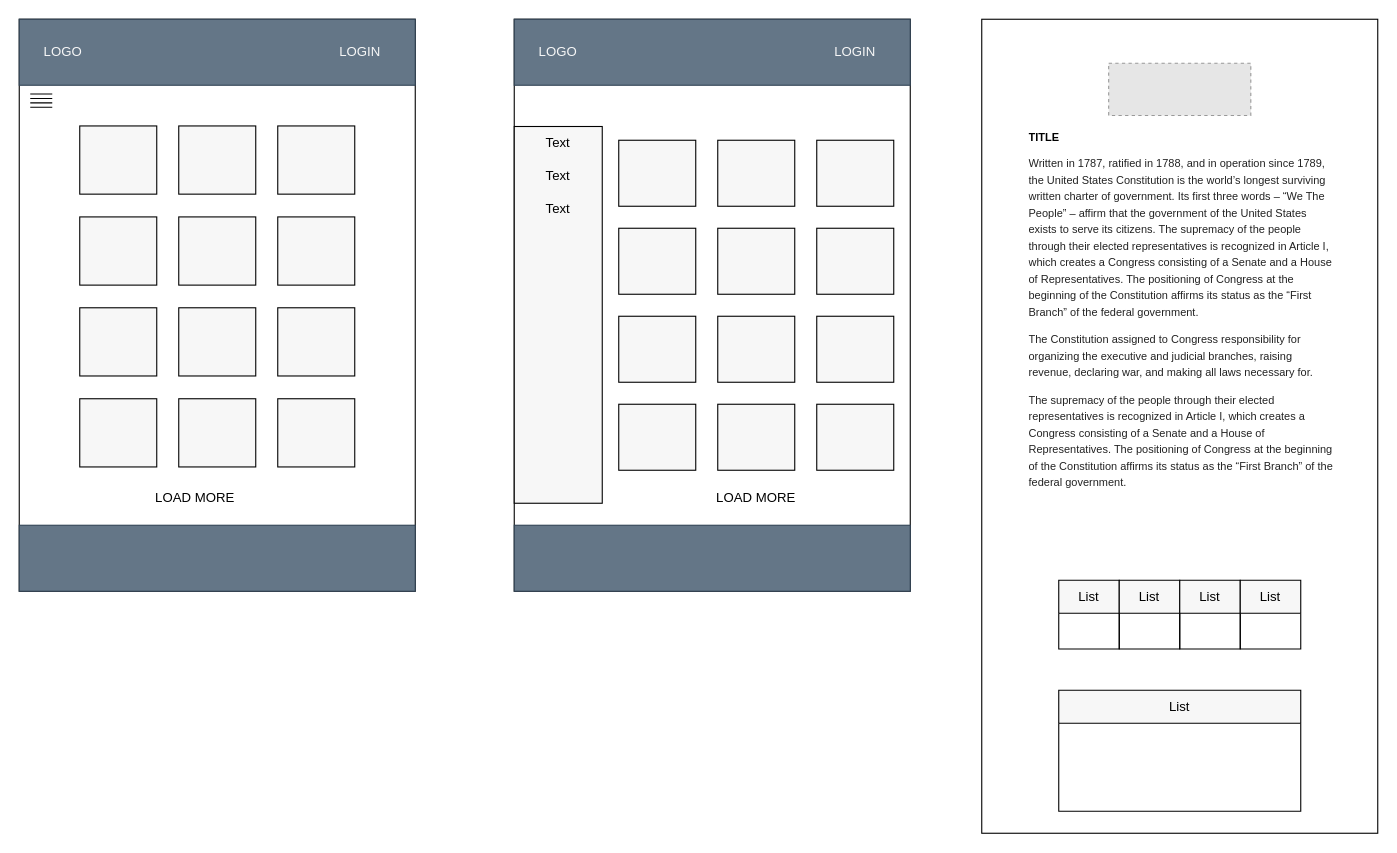
Earlier version of the draw.io diagram Untitled Diagram.drawio (aab500/Note-taker). Source tidied: cells renumbered, new cells numbered last; positions are measured from the earlier drawing's top-left corner, leaving out a move shared by most shapes. Both pictures are drawn from the tidied source at 110%, with x=0, y=0 at pixel (19, 19). Pictures stored in the file or linked from it are replaced by grey dashed boxes.
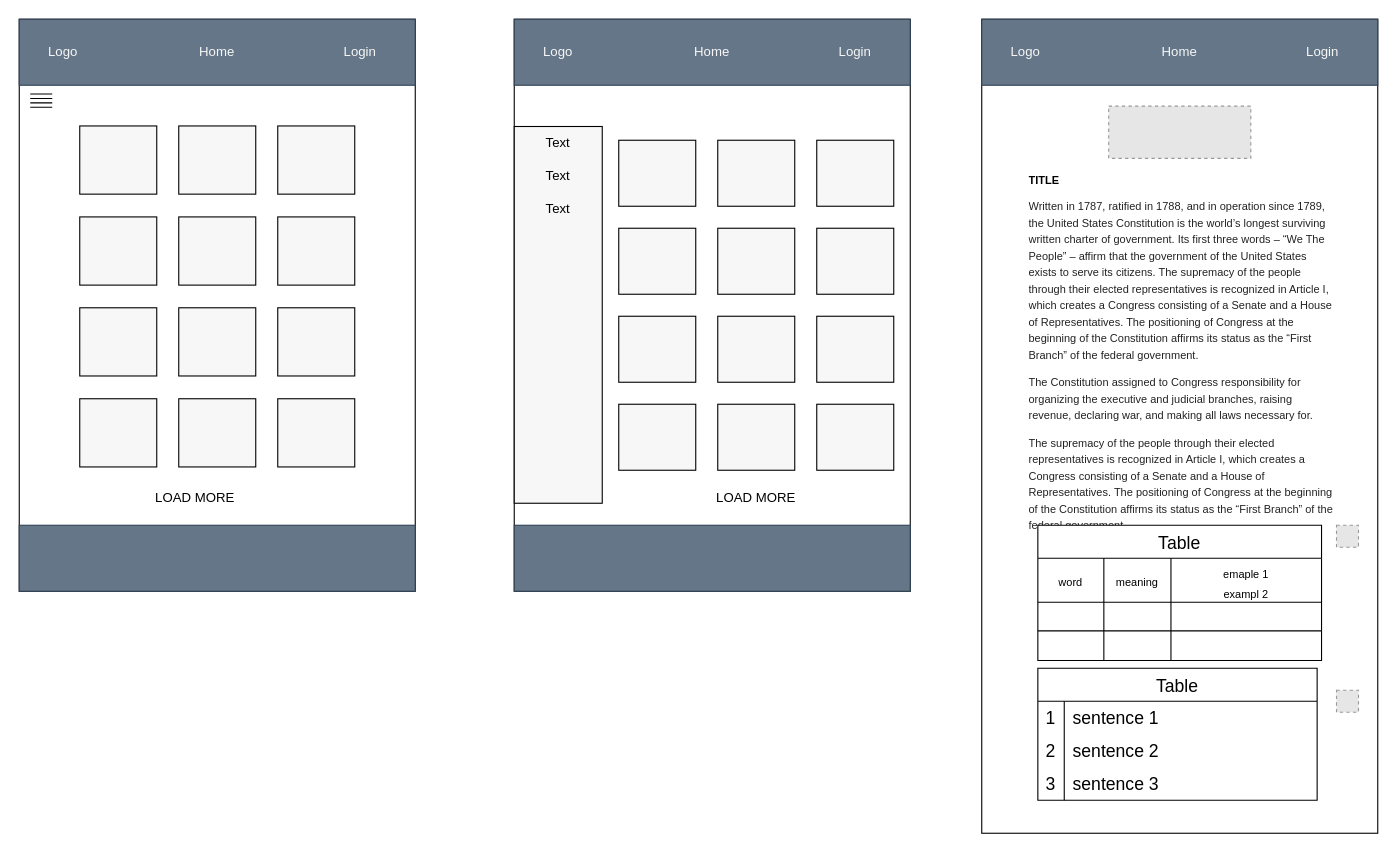
After the change.

Diff of the diagram source:
```diff
@@
-    <mxCell id="9" style="group;" parent="1" vertex="1">
-      <mxGeometry x="945" y="510" width="220" height="130" as="geometry" />
-    </mxCell>
-    <mxCell id="10" style="group;" parent="9" vertex="1">
-      <mxGeometry width="220" height="130" as="geometry" />
-    </mxCell>
-    <mxCell id="11" value="List" style="swimlane;fontStyle=0;horizontal=1;startSize=30;whiteSpace=wrap;html=1;fillColor=#F7F7F7;" parent="10" vertex="1">
-      <mxGeometry width="55" height="62.5" as="geometry" />
-    </mxCell>
-    <mxCell id="12" value="List" style="swimlane;fontStyle=0;horizontal=1;startSize=30;whiteSpace=wrap;html=1;fillColor=#F7F7F7;" parent="10" vertex="1">
-      <mxGeometry x="55" width="55" height="62.5" as="geometry" />
-    </mxCell>
-    <mxCell id="13" value="List" style="swimlane;fontStyle=0;horizontal=1;startSize=30;whiteSpace=wrap;html=1;fillColor=#F7F7F7;" parent="10" vertex="1">
-      <mxGeometry x="110" width="55" height="62.5" as="geometry" />
-    </mxCell>
-    <mxCell id="14" value="List" style="swimlane;fontStyle=0;horizontal=1;startSize=30;whiteSpace=wrap;html=1;fillColor=#F7F7F7;" parent="10" vertex="1">
-      <mxGeometry x="165" width="55" height="62.5" as="geometry" />
-    </mxCell>
     <mxCell id="15" value="&lt;h1 style=&quot;font-size: 10px;&quot;&gt;&lt;font style=&quot;font-size: 10px;&quot;&gt;TITLE&lt;/font&gt;&lt;/h1&gt;&lt;p style=&quot;font-family: &amp;quot;Source Sans Pro&amp;quot;, sans-serif; line-height: 1.5em; color: rgb(34, 34, 34); background-color: rgb(255, 255, 255); font-size: 10px;&quot;&gt;&lt;font style=&quot;font-size: 10px;&quot;&gt;Written in 1787, ratified in 1788, and in operation since 1789, the United States Constitution is the world’s longest surviving written charter of government. Its first three words – “We The People” – affirm that the government of the United States exists to serve its citizens. The supremacy of the people through their elected representatives is recognized in Article I, which creates a Congress consisting of a Senate and a House of Representatives. The positioning of Congress at the beginning of the Constitution affirms its status as the “First Branch” of the federal government.&lt;/font&gt;&lt;/p&gt;&lt;p style=&quot;font-family: &amp;quot;Source Sans Pro&amp;quot;, sans-serif; line-height: 1.5em; color: rgb(34, 34, 34); background-color: rgb(255, 255, 255); font-size: 10px;&quot;&gt;&lt;font style=&quot;font-size: 10px;&quot;&gt;The Constitution assigned to Congress responsibility for organizing the executive and judicial branches, raising revenue, declaring war, and making all laws necessary for.&lt;/font&gt;&lt;/p&gt;&lt;p style=&quot;font-family: &amp;quot;Source Sans Pro&amp;quot;, sans-serif; line-height: 1.5em; color: rgb(34, 34, 34); background-color: rgb(255, 255, 255); font-size: 10px;&quot;&gt;&lt;font style=&quot;font-size: 10px;&quot;&gt;The supremacy of the people through their elected representatives is recognized in Article I, which creates a Congress consisting of a Senate and a House of Representatives. The positioning of Congress at the beginning of the Constitution affirms its status as the “First Branch” of the federal government.&lt;br&gt;&lt;/font&gt;&lt;/p&gt;&lt;p style=&quot;font-family: &amp;quot;Source Sans Pro&amp;quot;, sans-serif; line-height: 1.5em; color: rgb(34, 34, 34); background-color: rgb(255, 255, 255); font-size: 10px;&quot;&gt;&lt;br&gt;&lt;/p&gt;" style="text;html=1;strokeColor=none;fillColor=none;spacing=5;spacingTop=-20;whiteSpace=wrap;overflow=hidden;rounded=0;" parent="1" vertex="1">
-      <mxGeometry x="912.5" y="105" width="285" height="405" as="geometry" />
+      <mxGeometry x="912.5" y="144" width="285" height="326" as="geometry" />
     </mxCell>
-    <mxCell id="16" value="List" style="swimlane;fontStyle=0;horizontal=1;startSize=30;whiteSpace=wrap;html=1;fillColor=#F7F7F7;" parent="1" vertex="1">
-      <mxGeometry x="945" y="610" width="220" height="110" as="geometry" />
-    </mxCell>
@@
-    <mxCell id="36" style="rounded=0;whiteSpace=wrap;html=1;fontSize=12;fillColor=#647687;fontColor=#ffffff;strokeColor=#314354;" parent="1" vertex="1">
-      <mxGeometry x="450" width="360" height="60" as="geometry" />
-    </mxCell>
-    <mxCell id="37" value="LOGIN" style="text;html=1;strokeColor=none;fillColor=none;align=center;verticalAlign=middle;whiteSpace=wrap;rounded=0;fontColor=#F7F7F7;" parent="1" vertex="1">
-      <mxGeometry x="730" y="15" width="60" height="30" as="geometry" />
-    </mxCell>
-    <mxCell id="38" value="LOGO" style="text;html=1;strokeColor=none;fillColor=none;align=center;verticalAlign=middle;whiteSpace=wrap;rounded=0;fontColor=#F7F7F7;" parent="1" vertex="1">
-      <mxGeometry x="460" y="15" width="60" height="30" as="geometry" />
-    </mxCell>
@@
-    <mxCell id="60" style="rounded=0;whiteSpace=wrap;html=1;fontSize=12;fillColor=#647687;fontColor=#ffffff;strokeColor=#314354;" parent="1" vertex="1">
-      <mxGeometry width="360" height="60" as="geometry" />
-    </mxCell>
-    <mxCell id="61" value="LOGIN" style="text;html=1;strokeColor=none;fillColor=none;align=center;verticalAlign=middle;whiteSpace=wrap;rounded=0;fontColor=#F7F7F7;" parent="1" vertex="1">
-      <mxGeometry x="280" y="15" width="60" height="30" as="geometry" />
-    </mxCell>
-    <mxCell id="62" value="LOGO" style="text;html=1;strokeColor=none;fillColor=none;align=center;verticalAlign=middle;whiteSpace=wrap;rounded=0;fontColor=#F7F7F7;" parent="1" vertex="1">
-      <mxGeometry x="10" y="15" width="60" height="30" as="geometry" />
-    </mxCell>
@@
     <mxCell id="65" style="fillColor=#E6E6E6;strokeColor=#999999;dashed=1;verticalLabelPosition=bottom;labelBackgroundColor=default;verticalAlign=top;" parent="1" vertex="1">
-      <mxGeometry x="990.4" y="40" width="129.2" height="47.5" as="geometry" />
+      <mxGeometry x="990.4" y="79" width="129.2" height="47.5" as="geometry" />
     </mxCell>
+    <mxCell id="66" style="group;" parent="1" vertex="1">
+      <mxGeometry x="450" width="360" height="60" as="geometry" />
+    </mxCell>
+    <mxCell id="36" style="rounded=0;whiteSpace=wrap;html=1;fontSize=12;fillColor=#647687;fontColor=#ffffff;strokeColor=#314354;" parent="66" vertex="1">
+      <mxGeometry width="360" height="60" as="geometry" />
+    </mxCell>
+    <mxCell id="37" value="Login" style="text;html=1;strokeColor=none;fillColor=none;align=center;verticalAlign=middle;whiteSpace=wrap;rounded=0;fontColor=#F7F7F7;" parent="66" vertex="1">
+      <mxGeometry x="280" y="15" width="60" height="30" as="geometry" />
+    </mxCell>
+    <mxCell id="38" value="Logo" style="text;html=1;strokeColor=none;fillColor=none;align=center;verticalAlign=middle;whiteSpace=wrap;rounded=0;fontColor=#F7F7F7;" parent="66" vertex="1">
+      <mxGeometry x="10" y="15" width="60" height="30" as="geometry" />
+    </mxCell>
+    <mxCell id="67" value="Home" style="text;html=1;strokeColor=none;fillColor=none;align=center;verticalAlign=middle;whiteSpace=wrap;rounded=0;fontColor=#F7F7F7;" parent="66" vertex="1">
+      <mxGeometry x="150" y="15" width="60" height="30" as="geometry" />
+    </mxCell>
+    <mxCell id="68" style="group;" parent="1" vertex="1">
+      <mxGeometry x="875" width="360" height="60" as="geometry" />
+    </mxCell>
+    <mxCell id="69" style="rounded=0;whiteSpace=wrap;html=1;fontSize=12;fillColor=#647687;fontColor=#ffffff;strokeColor=#314354;" parent="68" vertex="1">
+      <mxGeometry width="360" height="60" as="geometry" />
+    </mxCell>
+    <mxCell id="70" value="Login" style="text;html=1;strokeColor=none;fillColor=none;align=center;verticalAlign=middle;whiteSpace=wrap;rounded=0;fontColor=#F7F7F7;" parent="68" vertex="1">
+      <mxGeometry x="280" y="15" width="60" height="30" as="geometry" />
+    </mxCell>
+    <mxCell id="71" value="Logo" style="text;html=1;strokeColor=none;fillColor=none;align=center;verticalAlign=middle;whiteSpace=wrap;rounded=0;fontColor=#F7F7F7;" parent="68" vertex="1">
+      <mxGeometry x="10" y="15" width="60" height="30" as="geometry" />
+    </mxCell>
+    <mxCell id="72" value="Home" style="text;html=1;strokeColor=none;fillColor=none;align=center;verticalAlign=middle;whiteSpace=wrap;rounded=0;fontColor=#F7F7F7;" parent="68" vertex="1">
+      <mxGeometry x="150" y="15" width="60" height="30" as="geometry" />
+    </mxCell>
+    <mxCell id="73" style="group;" parent="1" vertex="1">
+      <mxGeometry width="360" height="60" as="geometry" />
+    </mxCell>
+    <mxCell id="74" style="rounded=0;whiteSpace=wrap;html=1;fontSize=12;fillColor=#647687;fontColor=#ffffff;strokeColor=#314354;" parent="73" vertex="1">
+      <mxGeometry width="360" height="60" as="geometry" />
+    </mxCell>
+    <mxCell id="75" value="Login" style="text;html=1;strokeColor=none;fillColor=none;align=center;verticalAlign=middle;whiteSpace=wrap;rounded=0;fontColor=#F7F7F7;" parent="73" vertex="1">
+      <mxGeometry x="280" y="15" width="60" height="30" as="geometry" />
+    </mxCell>
+    <mxCell id="76" value="Logo" style="text;html=1;strokeColor=none;fillColor=none;align=center;verticalAlign=middle;whiteSpace=wrap;rounded=0;fontColor=#F7F7F7;" parent="73" vertex="1">
+      <mxGeometry x="10" y="15" width="60" height="30" as="geometry" />
+    </mxCell>
+    <mxCell id="77" value="Home" style="text;html=1;strokeColor=none;fillColor=none;align=center;verticalAlign=middle;whiteSpace=wrap;rounded=0;fontColor=#F7F7F7;" parent="73" vertex="1">
+      <mxGeometry x="150" y="15" width="60" height="30" as="geometry" />
+    </mxCell>
+    <mxCell id="78" style="fillColor=#E6E6E6;strokeColor=#999999;dashed=1;verticalLabelPosition=bottom;labelBackgroundColor=default;verticalAlign=top;" parent="1" vertex="1">
+      <mxGeometry x="1197.5" y="610" width="20" height="20" as="geometry" />
+    </mxCell>
+    <mxCell id="79" style="fillColor=#E6E6E6;strokeColor=#999999;dashed=1;verticalLabelPosition=bottom;labelBackgroundColor=default;verticalAlign=top;" parent="1" vertex="1">
+      <mxGeometry x="1197.5" y="460" width="20" height="20" as="geometry" />
+    </mxCell>
+    <mxCell id="80" value="Table" style="shape=table;startSize=30;childLayout=tableLayout;strokeColor=default;fontSize=16;" parent="1" vertex="1">
+      <mxGeometry x="926" y="460" width="257.9" height="123" as="geometry" />
+    </mxCell>
+    <mxCell id="81" style="shape=tableRow;horizontal=0;startSize=0;swimlaneHead=0;swimlaneBody=0;strokeColor=inherit;top=0;left=0;bottom=0;right=0;fillColor=none;fontSize=16;" parent="80" vertex="1">
+      <mxGeometry y="30" width="257.9" height="40" as="geometry" />
+    </mxCell>
+    <mxCell id="82" value="&lt;font style=&quot;font-size: 10px;&quot;&gt;word&lt;/font&gt;" style="shape=partialRectangle;html=1;whiteSpace=wrap;strokeColor=inherit;overflow=hidden;fillColor=none;top=0;left=0;bottom=0;right=0;fontSize=16;" parent="81" vertex="1">
+      <mxGeometry width="60" height="40" as="geometry" />
+    </mxCell>
+    <mxCell id="83" value="&lt;span style=&quot;font-size: 10px;&quot;&gt;meaning&lt;/span&gt;" style="shape=partialRectangle;html=1;whiteSpace=wrap;strokeColor=inherit;overflow=hidden;fillColor=none;top=0;left=0;bottom=0;right=0;fontSize=16;" parent="81" vertex="1">
+      <mxGeometry x="60" width="61" height="40" as="geometry" />
+    </mxCell>
+    <mxCell id="84" value="&lt;span style=&quot;font-size: 10px;&quot;&gt;emaple 1&lt;/span&gt;&lt;div&gt;&lt;span style=&quot;font-size: 10px;&quot;&gt;exampl 2&lt;/span&gt;&lt;/div&gt;" style="shape=partialRectangle;html=1;whiteSpace=wrap;strokeColor=inherit;overflow=hidden;fillColor=none;top=0;left=0;bottom=0;right=0;fontSize=16;" parent="81" vertex="1">
+      <mxGeometry x="121" width="137" height="40" as="geometry" />
+    </mxCell>
+    <mxCell id="85" style="shape=tableRow;horizontal=0;startSize=0;swimlaneHead=0;swimlaneBody=0;strokeColor=inherit;top=0;left=0;bottom=0;right=0;fillColor=none;fontSize=16;" parent="80" vertex="1">
+      <mxGeometry y="70" width="257.9" height="26" as="geometry" />
+    </mxCell>
+    <mxCell id="86" style="shape=partialRectangle;html=1;whiteSpace=wrap;strokeColor=inherit;overflow=hidden;fillColor=none;top=0;left=0;bottom=0;right=0;fontSize=16;" parent="85" vertex="1">
+      <mxGeometry width="60" height="26" as="geometry" />
+    </mxCell>
+    <mxCell id="87" style="shape=partialRectangle;html=1;whiteSpace=wrap;strokeColor=inherit;overflow=hidden;fillColor=none;top=0;left=0;bottom=0;right=0;fontSize=16;" parent="85" vertex="1">
+      <mxGeometry x="60" width="61" height="26" as="geometry" />
+    </mxCell>
+    <mxCell id="88" style="shape=partialRectangle;html=1;whiteSpace=wrap;strokeColor=inherit;overflow=hidden;fillColor=none;top=0;left=0;bottom=0;right=0;fontSize=16;" parent="85" vertex="1">
+      <mxGeometry x="121" width="137" height="26" as="geometry" />
+    </mxCell>
+    <mxCell id="89" style="shape=tableRow;horizontal=0;startSize=0;swimlaneHead=0;swimlaneBody=0;strokeColor=inherit;top=0;left=0;bottom=0;right=0;fillColor=none;fontSize=16;" parent="80" vertex="1">
+      <mxGeometry y="96" width="257.9" height="27" as="geometry" />
+    </mxCell>
+    <mxCell id="90" style="shape=partialRectangle;html=1;whiteSpace=wrap;strokeColor=inherit;overflow=hidden;fillColor=none;top=0;left=0;bottom=0;right=0;fontSize=16;" parent="89" vertex="1">
+      <mxGeometry width="60" height="27" as="geometry" />
+    </mxCell>
+    <mxCell id="91" style="shape=partialRectangle;html=1;whiteSpace=wrap;strokeColor=inherit;overflow=hidden;fillColor=none;top=0;left=0;bottom=0;right=0;fontSize=16;" parent="89" vertex="1">
+      <mxGeometry x="60" width="61" height="27" as="geometry" />
+    </mxCell>
+    <mxCell id="92" style="shape=partialRectangle;html=1;whiteSpace=wrap;strokeColor=inherit;overflow=hidden;fillColor=none;top=0;left=0;bottom=0;right=0;fontSize=16;" parent="89" vertex="1">
+      <mxGeometry x="121" width="137" height="27" as="geometry" />
+    </mxCell>
+    <mxCell id="93" value="Table" style="shape=table;startSize=30;childLayout=tableLayout;rowLines=0;fontStyle=0;strokeColor=default;fontSize=16;" parent="1" vertex="1">
+      <mxGeometry x="926" y="590" width="253.9" height="120" as="geometry" />
+    </mxCell>
+    <mxCell id="94" style="shape=tableRow;horizontal=0;startSize=0;swimlaneHead=0;swimlaneBody=0;top=0;left=0;bottom=0;right=0;fillColor=none;strokeColor=inherit;fontSize=16;" parent="93" vertex="1">
+      <mxGeometry y="30" width="253.9" height="30" as="geometry" />
+    </mxCell>
+    <mxCell id="95" value="1" style="shape=partialRectangle;html=1;whiteSpace=wrap;fillColor=none;top=0;left=0;bottom=0;right=0;overflow=hidden;strokeColor=inherit;fontSize=16;" parent="94" vertex="1">
+      <mxGeometry width="24" height="30" as="geometry" />
+    </mxCell>
+    <mxCell id="96" value="sentence 1" style="shape=partialRectangle;html=1;whiteSpace=wrap;fillColor=none;top=0;left=0;bottom=0;right=0;align=left;spacingLeft=6;overflow=hidden;strokeColor=inherit;fontSize=16;" parent="94" vertex="1">
+      <mxGeometry x="24" width="230" height="30" as="geometry" />
+    </mxCell>
+    <mxCell id="97" style="shape=tableRow;horizontal=0;startSize=0;swimlaneHead=0;swimlaneBody=0;top=0;left=0;bottom=0;right=0;fillColor=none;strokeColor=inherit;fontSize=16;" parent="93" vertex="1">
+      <mxGeometry y="60" width="253.9" height="30" as="geometry" />
+    </mxCell>
+    <mxCell id="98" value="2" style="shape=partialRectangle;html=1;whiteSpace=wrap;fillColor=none;top=0;left=0;bottom=0;right=0;overflow=hidden;strokeColor=inherit;fontSize=16;" parent="97" vertex="1">
+      <mxGeometry width="24" height="30" as="geometry" />
+    </mxCell>
+    <mxCell id="99" value="sentence 2" style="shape=partialRectangle;html=1;whiteSpace=wrap;fillColor=none;top=0;left=0;bottom=0;right=0;align=left;spacingLeft=6;overflow=hidden;strokeColor=inherit;fontSize=16;" parent="97" vertex="1">
+      <mxGeometry x="24" width="230" height="30" as="geometry" />
+    </mxCell>
+    <mxCell id="100" style="shape=tableRow;horizontal=0;startSize=0;swimlaneHead=0;swimlaneBody=0;top=0;left=0;bottom=0;right=0;fillColor=none;strokeColor=inherit;fontSize=16;" parent="93" vertex="1">
+      <mxGeometry y="90" width="253.9" height="30" as="geometry" />
+    </mxCell>
+    <mxCell id="101" value="3" style="shape=partialRectangle;html=1;whiteSpace=wrap;fillColor=none;top=0;left=0;bottom=0;right=0;overflow=hidden;strokeColor=inherit;fontSize=16;" parent="100" vertex="1">
+      <mxGeometry width="24" height="30" as="geometry" />
+    </mxCell>
+    <mxCell id="102" value="sentence 3" style="shape=partialRectangle;html=1;whiteSpace=wrap;fillColor=none;top=0;left=0;bottom=0;right=0;align=left;spacingLeft=6;overflow=hidden;strokeColor=inherit;fontSize=16;" parent="100" vertex="1">
+      <mxGeometry x="24" width="230" height="30" as="geometry" />
+    </mxCell>
```
